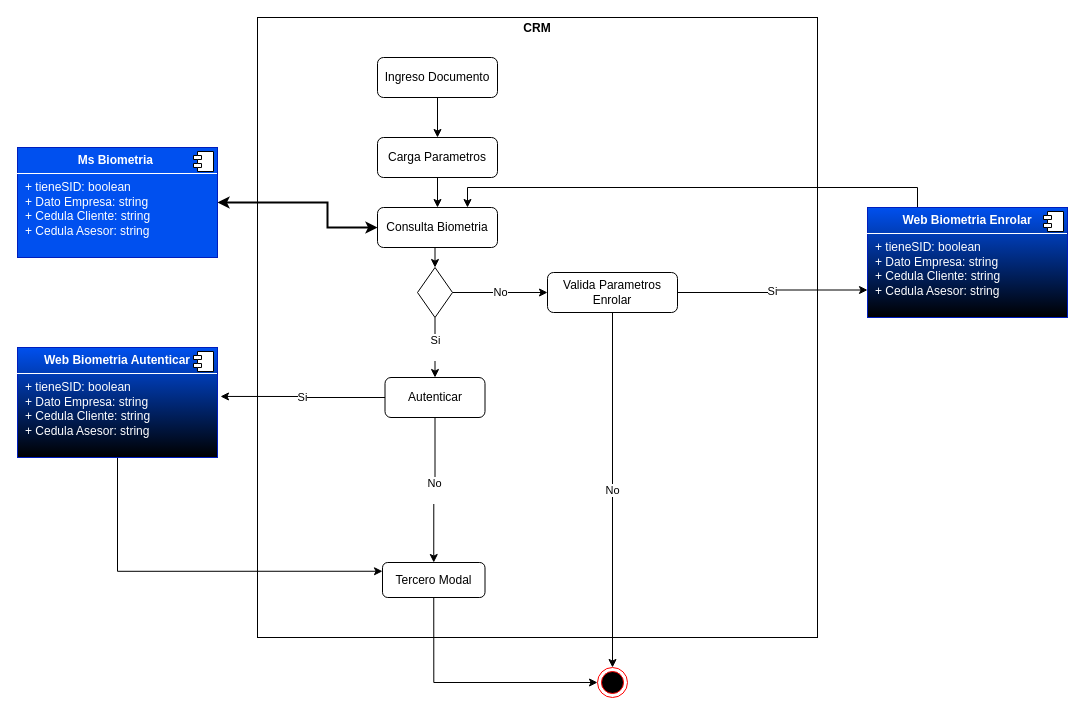
Above: page "Biometria" (1 of 2) of Biometria.drawio in faberordonez1/diagramas (draw.io), before the change. Source tidied: cells renumbered, new cells numbered last; positions are measured from the earlier drawing's top-left corner, leaving out a move shared by most shapes. Both pictures are drawn from the tidied source at 100%, with x=0, y=0 at pixel (17, 17).
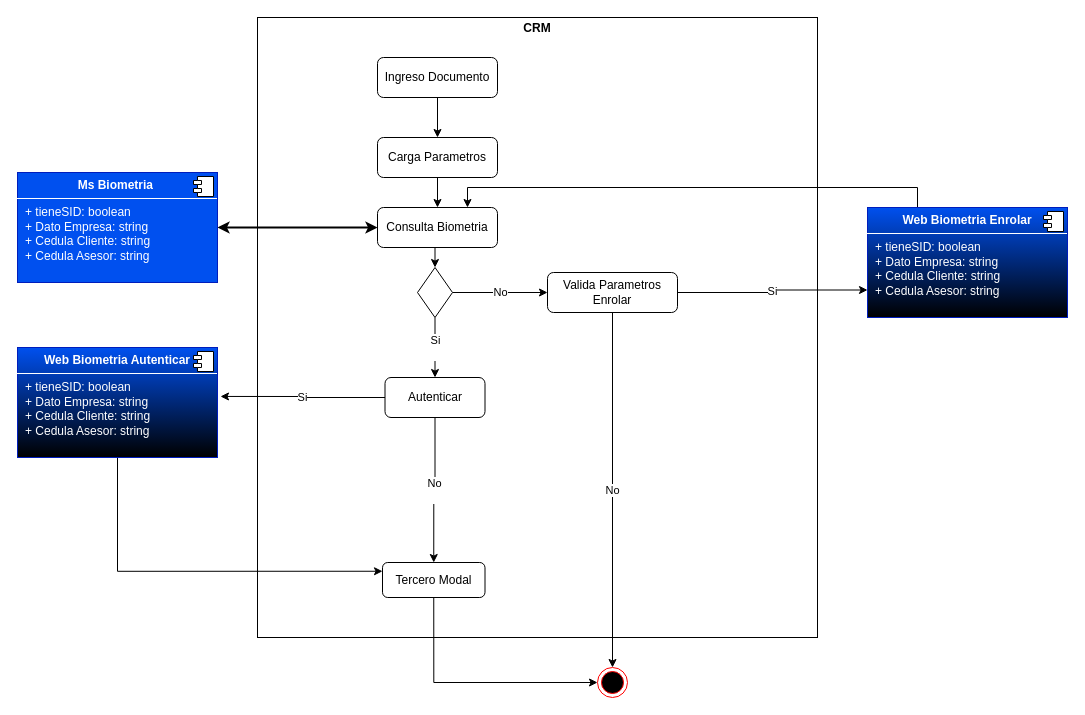
The same page after the edit.

Unchanged cells that the change refers to:
```xml
<mxCell id="13" value="Consulta Biometria" style="rounded=1;whiteSpace=wrap;html=1;" parent="1" vertex="1">
  <mxGeometry x="360" y="190" width="120" height="40" as="geometry" />
</mxCell>
```

Diff of the diagram source:
```diff
@@
-    <mxCell id="12" style="rounded=0;jettySize=auto;html=1;exitX=0;exitY=0.5;exitDx=0;exitDy=0;startArrow=classic;startFill=1;edgeStyle=orthogonalEdgeStyle;entryX=1;entryY=0.5;entryDx=0;entryDy=0;strokeWidth=2;" parent="1" edge="1" source="13" target="29">
-      <mxGeometry relative="1" as="geometry">
-        <Array as="points">
-          <mxPoint x="310" y="210" />
-          <mxPoint x="310" y="185" />
-        </Array>
-      </mxGeometry>
+    <mxCell id="12" style="edgeStyle=orthogonalEdgeStyle;rounded=0;jettySize=auto;html=1;exitX=0;exitY=0.5;exitDx=0;exitDy=0;entryX=1;entryY=0.5;entryDx=0;entryDy=0;strokeWidth=2;startArrow=classic;startFill=1;" parent="1" edge="1" source="13" target="29">
+      <mxGeometry relative="1" as="geometry" />
     </mxCell>
@@
     <mxCell id="29" value="&lt;p style=&quot;margin:0px;margin-top:6px;text-align:center;&quot;&gt;&lt;b&gt;Ms Biometria&amp;nbsp;&lt;/b&gt;&lt;/p&gt;&lt;hr size=&quot;1&quot; style=&quot;border-style:solid;&quot;&gt;&lt;p style=&quot;margin:0px;margin-left:8px;&quot;&gt;+ tieneSID: boolean&lt;br&gt;+ Dato Empresa: string&lt;/p&gt;&lt;p style=&quot;margin:0px;margin-left:8px;&quot;&gt;+ Cedula Cliente: string&lt;/p&gt;&lt;p style=&quot;margin:0px;margin-left:8px;&quot;&gt;+ Cedula Asesor: string&lt;/p&gt;" style="align=left;overflow=fill;html=1;whiteSpace=wrap;fillColor=#0050ef;fontColor=#ffffff;strokeColor=#001DBC;" parent="1" vertex="1">
-      <mxGeometry y="130" width="200" height="110" as="geometry" />
+      <mxGeometry y="155" width="200" height="110" as="geometry" />
     </mxCell>
```
